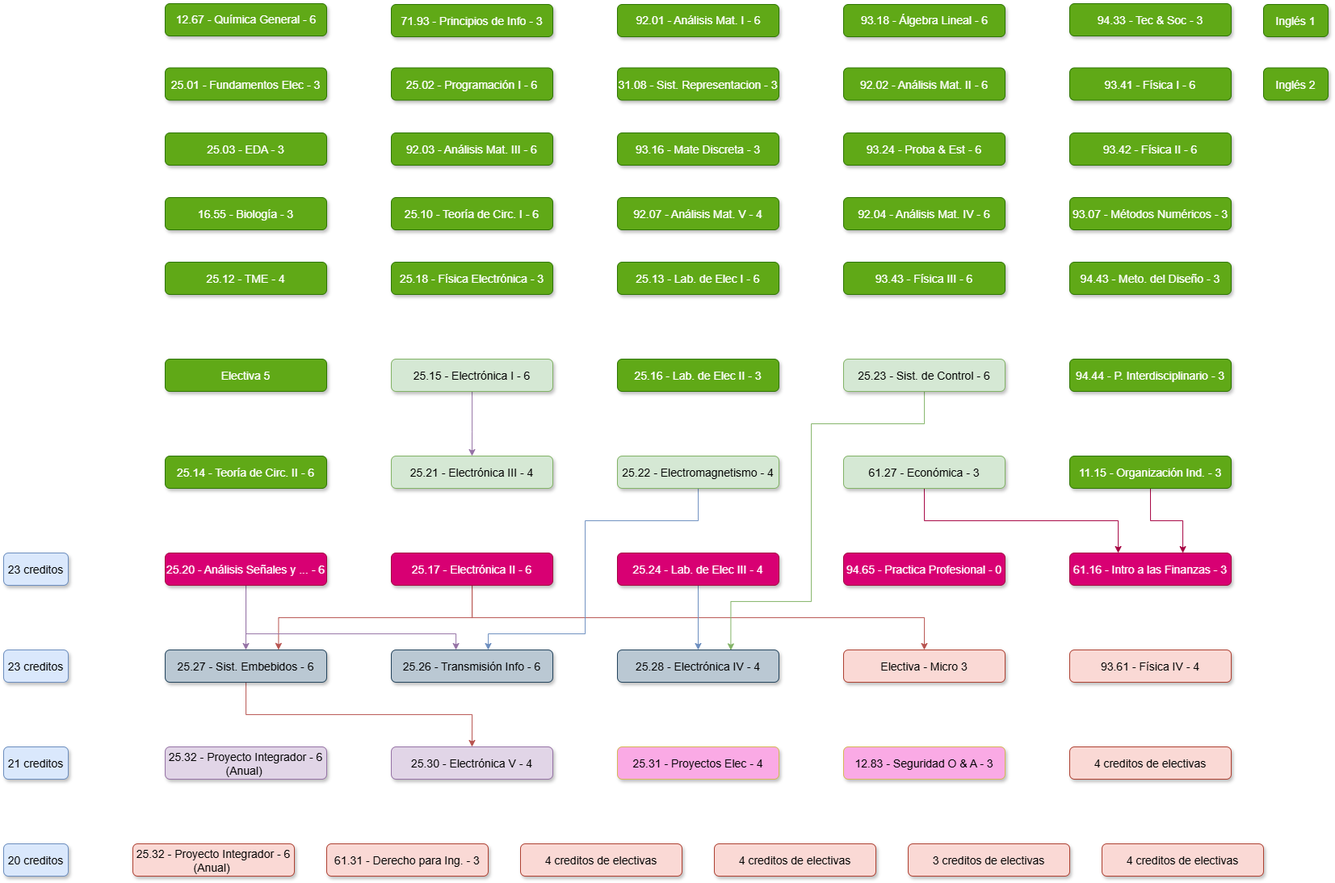
Before: K22.drawio.png, a diagram exported from draw.io (juanipla/K22). Source tidied: cells renumbered, new cells last; positions are measured from the earlier drawing's top-left corner, leaving out a move shared by most shapes.
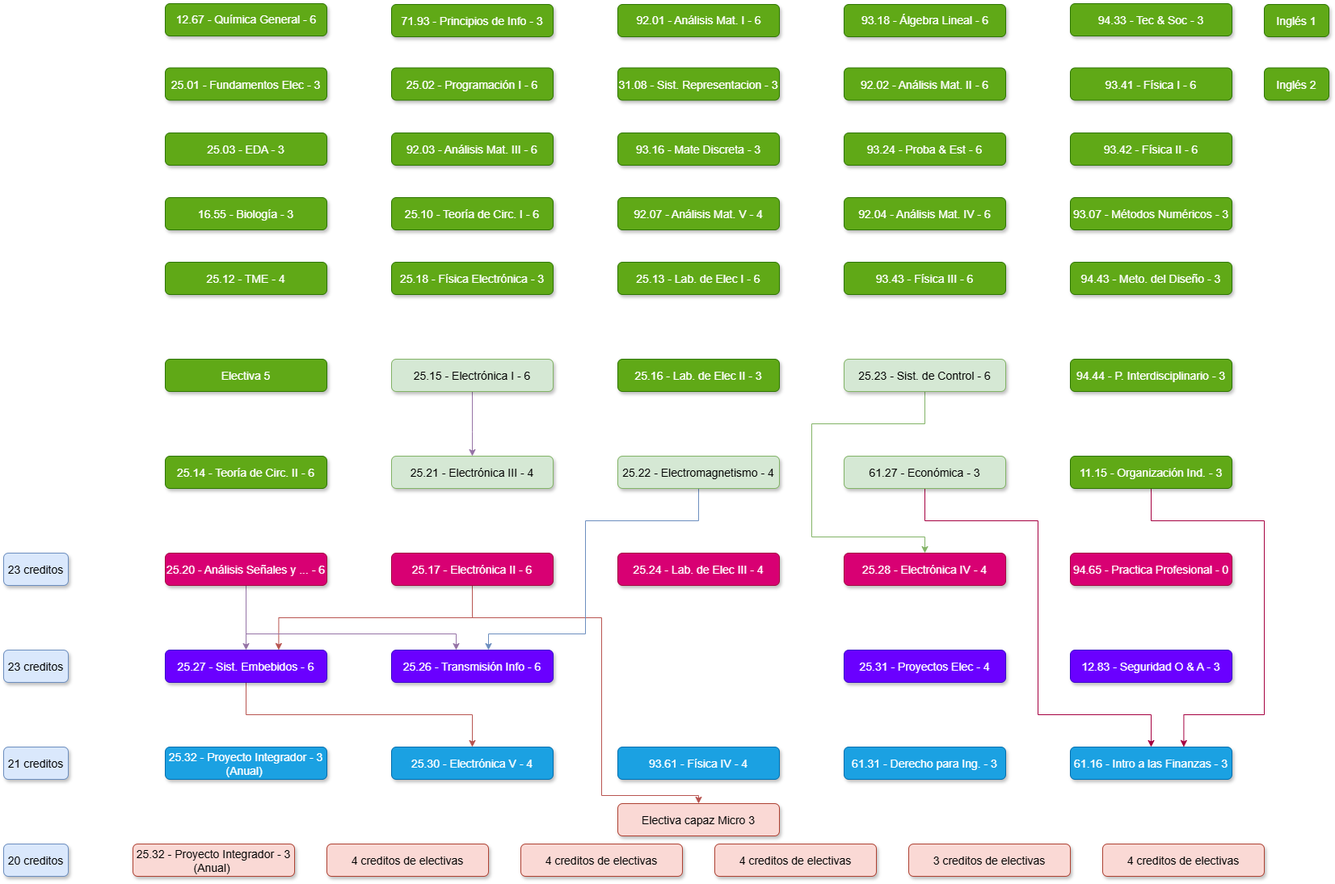
After the commit.

The edit, as a diff of the source:
```diff
@@ -32,8 +32,8 @@
     <mxCell id="11" value="92.07 - Análisis Mat. V - 4" style="rounded=1;fillColor=#60a917;strokeColor=#2D7600;shadow=1;fontStyle=0;fontSize=14;labelBorderColor=none;labelBackgroundColor=none;verticalAlign=middle;fontColor=#ffffff;" parent="1" vertex="1">
       <mxGeometry x="760" y="240" width="200" height="40" as="geometry" />
     </mxCell>
-    <mxCell id="12" value="93.61 - Física IV - 4" style="rounded=1;fillColor=#fad9d5;strokeColor=#ae4132;shadow=1;fontStyle=0;fontSize=14;labelBorderColor=none;labelBackgroundColor=none;verticalAlign=middle;" parent="1" vertex="1">
-      <mxGeometry x="1320" y="800" width="200" height="40" as="geometry" />
+    <mxCell id="12" value="93.61 - Física IV - 4" style="rounded=1;fillColor=#1ba1e2;strokeColor=#006EAF;shadow=1;fontStyle=0;fontSize=14;labelBorderColor=none;labelBackgroundColor=none;verticalAlign=middle;fontColor=#ffffff;" parent="1" vertex="1">
+      <mxGeometry x="760" y="920" width="200" height="40" as="geometry" />
     </mxCell>
     <mxCell id="13" value="94.43 - Meto. del Diseño - 3" style="rounded=1;fillColor=#60a917;strokeColor=#2D7600;shadow=1;fontStyle=0;fontSize=14;labelBorderColor=none;labelBackgroundColor=none;verticalAlign=middle;fontColor=#ffffff;" parent="1" vertex="1">
       <mxGeometry x="1320" y="320" width="200" height="40" as="geometry" />
@@ -67,7 +67,9 @@
       <mxGeometry relative="1" as="geometry">
         <Array as="points">
           <mxPoint x="580" y="760" />
-          <mxPoint x="1140" y="760" />
+          <mxPoint x="740" y="760" />
+          <mxPoint x="740" y="980" />
+          <mxPoint x="860" y="980" />
         </Array>
       </mxGeometry>
     </mxCell>
@@ -117,27 +119,19 @@
     <mxCell id="30" value="25.22 - Electromagnetismo - 4" style="rounded=1;fillColor=#d5e8d4;strokeColor=#82b366;shadow=1;fontStyle=0;fontSize=14;labelBorderColor=none;labelBackgroundColor=none;verticalAlign=middle;" parent="1" vertex="1">
       <mxGeometry x="760" y="560" width="200" height="40" as="geometry" />
     </mxCell>
-    <mxCell id="31" style="edgeStyle=orthogonalEdgeStyle;rounded=0;jumpStyle=none;jettySize=auto;html=1;fillColor=#d5e8d4;strokeColor=#82b366;entryX=0.702;entryY=0.01;entryDx=0;entryDy=0;entryPerimeter=0;" parent="1" edge="1" source="32" target="38">
+    <mxCell id="31" style="edgeStyle=orthogonalEdgeStyle;rounded=0;jumpStyle=none;jettySize=auto;html=1;fillColor=#d5e8d4;strokeColor=#82b366;entryX=0.5;entryY=0;entryDx=0;entryDy=0;" parent="1" edge="1" source="32" target="38">
       <mxGeometry relative="1" as="geometry">
         <Array as="points">
           <mxPoint x="1140" y="520" />
           <mxPoint x="1000" y="520" />
-          <mxPoint x="1000" y="740" />
-          <mxPoint x="900" y="740" />
+          <mxPoint x="1000" y="660" />
+          <mxPoint x="1140" y="660" />
         </Array>
       </mxGeometry>
     </mxCell>
     <mxCell id="32" value="25.23 - Sist. de Control - 6" style="rounded=1;fillColor=#d5e8d4;strokeColor=#82b366;shadow=1;fontStyle=0;fontSize=14;labelBorderColor=none;labelBackgroundColor=none;verticalAlign=middle;" parent="1" vertex="1">
       <mxGeometry x="1040" y="440" width="200" height="40" as="geometry" />
     </mxCell>
-    <mxCell id="33" style="edgeStyle=orthogonalEdgeStyle;rounded=0;jumpStyle=none;jettySize=auto;html=1;entryX=0.5;entryY=0;entryDx=0;entryDy=0;fillColor=#dae8fc;strokeColor=#6c8ebf;" parent="1" edge="1" source="34" target="38">
-      <mxGeometry relative="1" as="geometry">
-        <Array as="points">
-          <mxPoint x="860" y="710" />
-          <mxPoint x="860" y="710" />
-        </Array>
-      </mxGeometry>
-    </mxCell>
     <mxCell id="34" value="25.24 - Lab. de Elec III - 4" style="rounded=1;fillColor=#d80073;strokeColor=#A50040;shadow=1;fontStyle=0;fontSize=14;labelBorderColor=none;labelBackgroundColor=none;verticalAlign=middle;fontColor=#ffffff;" parent="1" vertex="1">
       <mxGeometry x="760" y="680" width="200" height="40" as="geometry" />
     </mxCell>
@@ -149,20 +143,22 @@
         </Array>
       </mxGeometry>
     </mxCell>
-    <mxCell id="36" value="25.27 - Sist. Embebidos - 6" style="rounded=1;fillColor=#bac8d3;strokeColor=#23445d;shadow=1;fontStyle=0;fontSize=14;labelBorderColor=none;labelBackgroundColor=none;" parent="1" vertex="1">
+    <mxCell id="36" value="25.27 - Sist. Embebidos - 6" style="rounded=1;fillColor=#6a00ff;strokeColor=#3700CC;shadow=1;fontStyle=0;fontSize=14;labelBorderColor=none;labelBackgroundColor=none;fontColor=#ffffff;" parent="1" vertex="1">
       <mxGeometry x="200" y="800" width="200" height="40" as="geometry" />
     </mxCell>
-    <mxCell id="37" value="25.26 - Transmisión Info - 6" style="rounded=1;fillColor=#bac8d3;strokeColor=#23445d;shadow=1;fontStyle=0;fontSize=14;labelBorderColor=none;labelBackgroundColor=none;" parent="1" vertex="1">
+    <mxCell id="37" value="25.26 - Transmisión Info - 6" style="rounded=1;fillColor=#6a00ff;strokeColor=#3700CC;shadow=1;fontStyle=0;fontSize=14;labelBorderColor=none;labelBackgroundColor=none;fontColor=#ffffff;" parent="1" vertex="1">
       <mxGeometry x="480" y="800" width="200" height="40" as="geometry" />
     </mxCell>
-    <mxCell id="38" value="25.28 - Electrónica IV - 4" style="rounded=1;fillColor=#bac8d3;strokeColor=#23445d;shadow=1;fontStyle=0;fontSize=14;labelBorderColor=none;labelBackgroundColor=none;verticalAlign=middle;" parent="1" vertex="1">
-      <mxGeometry x="760" y="800" width="200" height="40" as="geometry" />
+    <mxCell id="38" value="25.28 - Electrónica IV - 4" style="rounded=1;fillColor=#d80073;strokeColor=#A50040;shadow=1;fontStyle=0;fontSize=14;labelBorderColor=none;labelBackgroundColor=none;verticalAlign=middle;fontColor=#ffffff;" parent="1" vertex="1">
+      <mxGeometry x="1040" y="680" width="200" height="40" as="geometry" />
     </mxCell>
     <mxCell id="39" style="edgeStyle=orthogonalEdgeStyle;rounded=0;jumpStyle=none;jettySize=auto;html=1;fillColor=#d80073;strokeColor=#A50040;exitX=0.5;exitY=1;exitDx=0;exitDy=0;" parent="1" edge="1" source="40" target="47">
       <mxGeometry relative="1" as="geometry">
         <Array as="points">
           <mxPoint x="1140" y="640" />
-          <mxPoint x="1380" y="640" />
+          <mxPoint x="1280" y="640" />
+          <mxPoint x="1280" y="880" />
+          <mxPoint x="1420" y="880" />
         </Array>
       </mxGeometry>
     </mxCell>
@@ -173,33 +169,34 @@
       <mxGeometry relative="1" as="geometry">
         <Array as="points">
           <mxPoint x="1420" y="640" />
-          <mxPoint x="1460" y="640" />
-          <mxPoint x="1460" y="680" />
+          <mxPoint x="1560" y="640" />
+          <mxPoint x="1560" y="880" />
+          <mxPoint x="1460" y="880" />
         </Array>
       </mxGeometry>
     </mxCell>
     <mxCell id="42" value="11.15 - Organización Ind. - 3" style="rounded=1;fillColor=#60a917;strokeColor=#2D7600;shadow=1;fontStyle=0;fontSize=14;labelBorderColor=none;labelBackgroundColor=none;verticalAlign=middle;fontColor=#ffffff;" parent="1" vertex="1">
       <mxGeometry x="1320" y="560" width="200" height="40" as="geometry" />
     </mxCell>
-    <mxCell id="43" value="25.32 - Proyecto Integrador - 6&#10;(Anual) " style="rounded=1;fillColor=#e1d5e7;strokeColor=#9673a6;shadow=1;fontStyle=0;fontSize=14;labelBorderColor=none;labelBackgroundColor=none;" parent="1" vertex="1">
+    <mxCell id="43" value="25.32 - Proyecto Integrador - 3&#10;(Anual) " style="rounded=1;fillColor=#1ba1e2;strokeColor=#006EAF;shadow=1;fontStyle=0;fontSize=14;labelBorderColor=none;labelBackgroundColor=none;fontColor=#ffffff;" parent="1" vertex="1">
       <mxGeometry x="200" y="920" width="200" height="40" as="geometry" />
     </mxCell>
-    <mxCell id="44" value="25.30 - Electrónica V - 4" style="rounded=1;fillColor=#e1d5e7;strokeColor=#9673a6;shadow=1;fontStyle=0;fontSize=14;labelBorderColor=none;labelBackgroundColor=none;" parent="1" vertex="1">
+    <mxCell id="44" value="25.30 - Electrónica V - 4" style="rounded=1;fillColor=#1ba1e2;strokeColor=#006EAF;shadow=1;fontStyle=0;fontSize=14;labelBorderColor=none;labelBackgroundColor=none;fontColor=#ffffff;" parent="1" vertex="1">
       <mxGeometry x="480" y="920" width="200" height="40" as="geometry" />
     </mxCell>
-    <mxCell id="45" value="25.31 - Proyectos Elec - 4" style="rounded=1;fillColor=#FAAAE5;strokeColor=#d6b656;shadow=1;fontStyle=0;fontSize=14;fontColor=default;labelBorderColor=none;labelBackgroundColor=none;verticalAlign=middle;" parent="1" vertex="1">
-      <mxGeometry x="760" y="920" width="200" height="40" as="geometry" />
+    <mxCell id="45" value="25.31 - Proyectos Elec - 4" style="rounded=1;fillColor=#6a00ff;strokeColor=#3700CC;shadow=1;fontStyle=0;fontSize=14;fontColor=#ffffff;labelBorderColor=none;labelBackgroundColor=none;verticalAlign=middle;" parent="1" vertex="1">
+      <mxGeometry x="1040" y="800" width="200" height="40" as="geometry" />
     </mxCell>
-    <mxCell id="46" value="12.83 - Seguridad O &amp; A - 3" style="rounded=1;fillColor=#FAAAE5;strokeColor=#d6b656;shadow=1;fontStyle=0;fontSize=14;fontColor=default;labelBorderColor=none;labelBackgroundColor=none;verticalAlign=middle;" parent="1" vertex="1">
-      <mxGeometry x="1040" y="920" width="200" height="40" as="geometry" />
+    <mxCell id="46" value="12.83 - Seguridad O &amp; A - 3" style="rounded=1;fillColor=#6a00ff;strokeColor=#3700CC;shadow=1;fontStyle=0;fontSize=14;fontColor=#ffffff;labelBorderColor=none;labelBackgroundColor=none;verticalAlign=middle;" parent="1" vertex="1">
+      <mxGeometry x="1320" y="800" width="200" height="40" as="geometry" />
     </mxCell>
-    <mxCell id="47" value="61.16 - Intro a las Finanzas - 3" style="rounded=1;fillColor=#d80073;strokeColor=#A50040;shadow=1;fontStyle=0;fontSize=14;labelBorderColor=none;labelBackgroundColor=none;verticalAlign=middle;fontColor=#ffffff;" parent="1" vertex="1">
-      <mxGeometry x="1320" y="680" width="200" height="40" as="geometry" />
+    <mxCell id="47" value="61.16 - Intro a las Finanzas - 3" style="rounded=1;fillColor=#1ba1e2;strokeColor=#006EAF;shadow=1;fontStyle=0;fontSize=14;labelBorderColor=none;labelBackgroundColor=none;verticalAlign=middle;fontColor=#ffffff;" parent="1" vertex="1">
+      <mxGeometry x="1320" y="920" width="200" height="40" as="geometry" />
     </mxCell>
-    <mxCell id="48" value="61.31 - Derecho para Ing. - 3" style="rounded=1;fillColor=#fad9d5;strokeColor=#ae4132;shadow=1;fontStyle=0;fontSize=14;labelBorderColor=none;labelBackgroundColor=none;" parent="1" vertex="1">
-      <mxGeometry x="400" y="1040" width="200" height="40" as="geometry" />
+    <mxCell id="48" value="61.31 - Derecho para Ing. - 3" style="rounded=1;fillColor=#1ba1e2;strokeColor=#006EAF;shadow=1;fontStyle=0;fontSize=14;labelBorderColor=none;labelBackgroundColor=none;fontColor=#ffffff;" parent="1" vertex="1">
+      <mxGeometry x="1040" y="920" width="200" height="40" as="geometry" />
     </mxCell>
-    <mxCell id="49" value="25.32 - Proyecto Integrador - 6&#10;(Anual) " style="rounded=1;fillColor=#fad9d5;strokeColor=#ae4132;shadow=1;fontStyle=0;fontSize=14;labelBorderColor=none;labelBackgroundColor=none;" parent="1" vertex="1">
+    <mxCell id="49" value="25.32 - Proyecto Integrador - 3&#10;(Anual) " style="rounded=1;fillColor=#fad9d5;strokeColor=#ae4132;shadow=1;fontStyle=0;fontSize=14;labelBorderColor=none;labelBackgroundColor=none;" parent="1" vertex="1">
       <mxGeometry x="160" y="1040" width="200" height="40" as="geometry" />
     </mxCell>
     <mxCell id="50" value="92.02 - Análisis Mat. II - 6" style="rounded=1;fillColor=#60a917;strokeColor=#2D7600;shadow=1;fontStyle=0;fontSize=14;labelBorderColor=none;labelBackgroundColor=none;verticalAlign=middle;fontColor=#ffffff;" parent="1" vertex="1">
@@ -218,7 +215,7 @@
       <mxGeometry x="480" y="240" width="200" height="40" as="geometry" />
     </mxCell>
     <mxCell id="55" value="94.65 - Practica Profesional - 0" style="rounded=1;fillColor=#d80073;strokeColor=#A50040;shadow=1;fontStyle=0;fontSize=14;labelBorderColor=none;labelBackgroundColor=none;verticalAlign=middle;fontColor=#ffffff;" parent="1" vertex="1">
-      <mxGeometry x="1040" y="680" width="200" height="40" as="geometry" />
+      <mxGeometry x="1320" y="680" width="200" height="40" as="geometry" />
     </mxCell>
     <mxCell id="56" value="Inglés 2" style="rounded=1;fillColor=#60a917;strokeColor=#2D7600;shadow=1;fontStyle=0;fontSize=14;labelBorderColor=none;labelBackgroundColor=none;verticalAlign=middle;fontColor=#ffffff;" parent="1" vertex="1">
       <mxGeometry x="1560" y="79.5" width="80" height="40" as="geometry" />
@@ -244,11 +241,11 @@
     <mxCell id="63" value="Electiva 5" style="rounded=1;fillColor=#60a917;strokeColor=#2D7600;shadow=1;fontStyle=0;fontSize=14;labelBorderColor=none;labelBackgroundColor=none;verticalAlign=middle;fontColor=#ffffff;" parent="1" vertex="1">
       <mxGeometry x="200" y="440" width="200" height="40" as="geometry" />
     </mxCell>
-    <mxCell id="64" value="Electiva - Micro 3" style="rounded=1;fillColor=#fad9d5;strokeColor=#ae4132;shadow=1;fontStyle=0;fontSize=14;labelBorderColor=none;labelBackgroundColor=none;verticalAlign=middle;" parent="1" vertex="1">
-      <mxGeometry x="1040" y="800" width="200" height="40" as="geometry" />
+    <mxCell id="64" value="Electiva capaz Micro 3" style="rounded=1;fillColor=#fad9d5;strokeColor=#ae4132;shadow=1;fontStyle=0;fontSize=14;labelBorderColor=none;labelBackgroundColor=none;verticalAlign=middle;" parent="1" vertex="1">
+      <mxGeometry x="760" y="990" width="200" height="40" as="geometry" />
     </mxCell>
     <mxCell id="65" value="4 creditos de electivas" style="rounded=1;fillColor=#fad9d5;strokeColor=#ae4132;shadow=1;fontStyle=0;fontSize=14;labelBorderColor=none;labelBackgroundColor=none;verticalAlign=middle;" parent="1" vertex="1">
-      <mxGeometry x="1320" y="920" width="200" height="40" as="geometry" />
+      <mxGeometry x="400" y="1040" width="200" height="40" as="geometry" />
     </mxCell>
     <mxCell id="66" value="3 creditos de electivas" style="rounded=1;fillColor=#fad9d5;strokeColor=#ae4132;shadow=1;fontStyle=0;fontSize=14;labelBorderColor=none;labelBackgroundColor=none;verticalAlign=middle;" parent="1" vertex="1">
       <mxGeometry x="1120" y="1040" width="200" height="40" as="geometry" />
```
